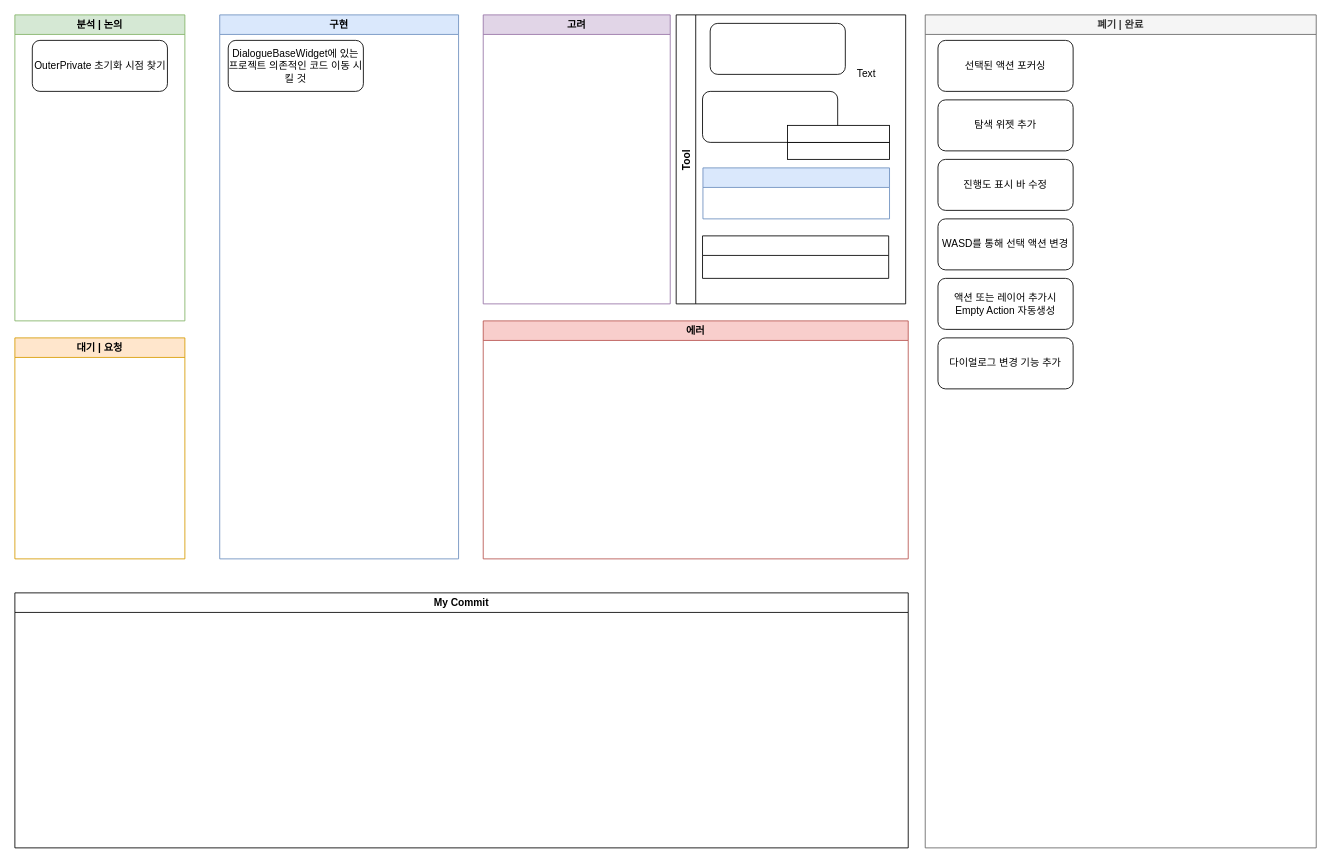
Endorr/Job-Board keeps this draw.io diagram as 다이얼로그 툴 진행상황.drawio. Above is the earlier version. Source tidied: cells renumbered, new cells numbered last; positions are measured from the earlier drawing's top-left corner, leaving out a move shared by most shapes. Both pictures are drawn from the tidied source at 85%, with x=0, y=0 at pixel (14, 14).
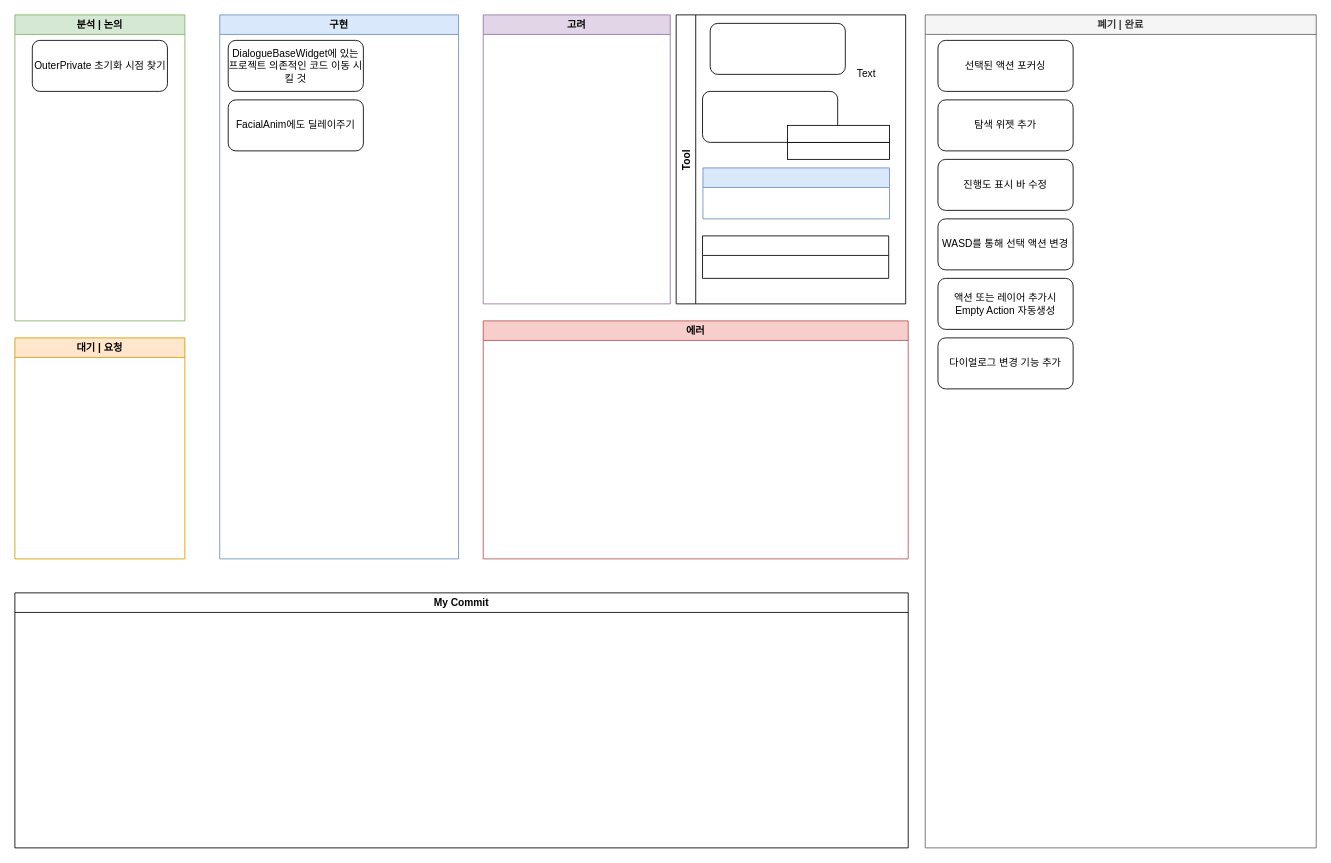
The same page after the edit.

Commit message:
Update 다이얼로그 툴 진행상황.drawio

The change refers to these unchanged cells:
```xml
<mxCell id="2" value="구현" style="swimlane;fillColor=#dae8fc;strokeColor=#6c8ebf;" parent="1" vertex="1">
  <mxGeometry x="241" width="281" height="640" as="geometry" />
</mxCell>
```

What changed in the source:
```diff
@@
+    <mxCell id="26" value="FacialAnim에도 딜레이주기" style="rounded=1;whiteSpace=wrap;html=1;" parent="2" vertex="1">
+      <mxGeometry x="10" y="100" width="159" height="60" as="geometry" />
+    </mxCell>
```
